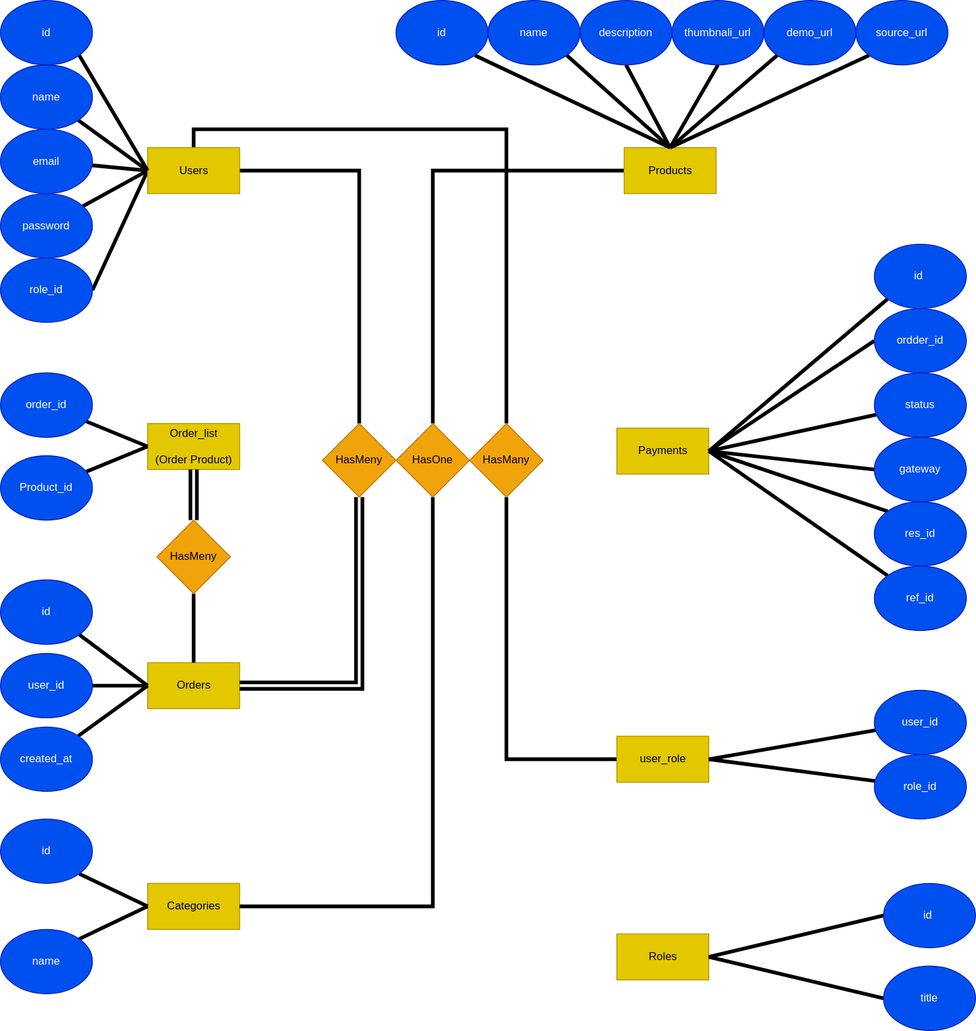
Before: database.drawio.svg, a diagram exported from draw.io (FzSalehi/laravel_shop). Source tidied: cells renumbered, new cells last; positions are measured from the earlier drawing's top-left corner, leaving out a move shared by most shapes.
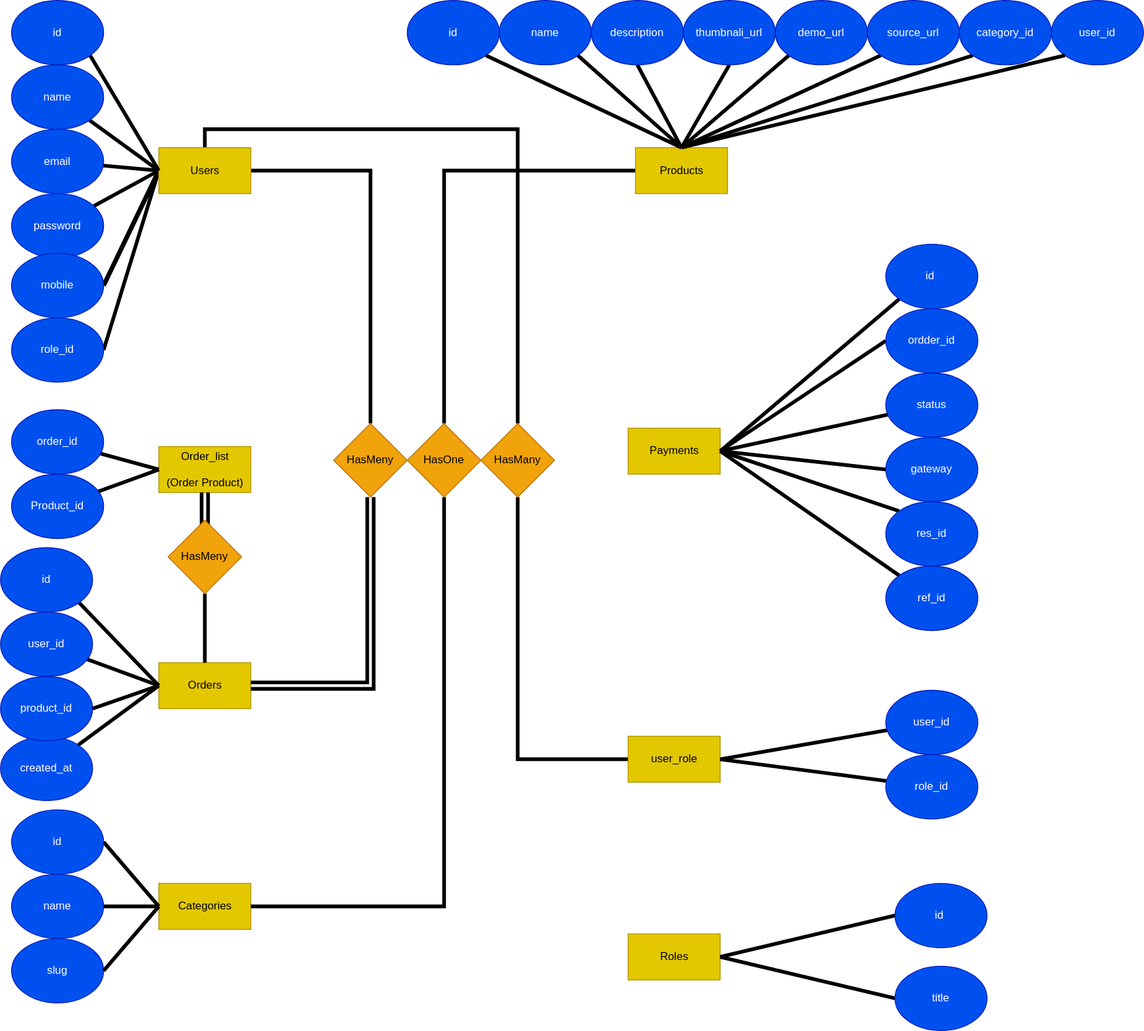
Later version of the same file.

Commit message:
updated table structure

The edit, as a diff of the source:
```diff
@@ -24,13 +24,13 @@
       <mxGeometry x="160" y="960" width="100" height="50" as="geometry" />
     </mxCell>
     <mxCell id="8" value="Order_list&lt;br&gt;&lt;br&gt;(Order Product)" style="html=1;dashed=0;whitespace=wrap;fillColor=#e3c800;strokeColor=#B09500;fontColor=#000000;" parent="1" vertex="1">
-      <mxGeometry x="160" y="460" width="100" height="50" as="geometry" />
+      <mxGeometry x="160" y="485" width="100" height="50" as="geometry" />
     </mxCell>
     <mxCell id="9" style="rounded=0;jettySize=auto;html=1;exitX=1;exitY=0.5;exitDx=0;exitDy=0;strokeWidth=4;startArrow=none;startFill=0;entryX=0;entryY=0.5;entryDx=0;entryDy=0;endArrow=none;endFill=0;" parent="1" edge="1" source="10" target="20">
       <mxGeometry relative="1" as="geometry" />
     </mxCell>
     <mxCell id="10" value="role_id" style="ellipse;whiteSpace=wrap;html=1;fillColor=#0050ef;strokeColor=#001DBC;fontColor=#ffffff;" parent="1" vertex="1">
-      <mxGeometry y="280" width="100" height="70" as="geometry" />
+      <mxGeometry y="345" width="100" height="70" as="geometry" />
     </mxCell>
     <mxCell id="11" style="rounded=0;jettySize=auto;html=1;entryX=0;entryY=0.5;entryDx=0;entryDy=0;strokeWidth=4;startArrow=none;startFill=0;endArrow=none;endFill=0;" parent="1" edge="1" source="12" target="20">
       <mxGeometry relative="1" as="geometry" />
@@ -59,6 +59,9 @@
     <mxCell id="19" style="edgeStyle=orthogonalEdgeStyle;rounded=0;jettySize=auto;html=1;startArrow=none;startFill=0;endArrow=none;endFill=0;strokeWidth=4;exitX=0.5;exitY=0;exitDx=0;exitDy=0;entryX=0.5;entryY=0;entryDx=0;entryDy=0;" parent="1" edge="1" source="20" target="74">
       <mxGeometry relative="1" as="geometry" />
     </mxCell>
+    <mxCell id="79" style="rounded=0;jettySize=auto;html=1;exitX=0;exitY=0.5;exitDx=0;exitDy=0;entryX=1;entryY=0.5;entryDx=0;entryDy=0;endArrow=none;endFill=0;strokeWidth=5;" parent="1" edge="1" source="20" target="82">
+      <mxGeometry relative="1" as="geometry" />
+    </mxCell>
     <mxCell id="20" value="Users" style="html=1;dashed=0;whitespace=wrap;fillColor=#e3c800;strokeColor=#B09500;fontColor=#000000;" parent="1" vertex="1">
       <mxGeometry x="160" y="160" width="100" height="50" as="geometry" />
     </mxCell>
@@ -66,43 +69,43 @@
       <mxGeometry relative="1" as="geometry" />
     </mxCell>
     <mxCell id="22" value="order_id" style="ellipse;whiteSpace=wrap;html=1;fillColor=#0050ef;strokeColor=#001DBC;fontColor=#ffffff;" parent="1" vertex="1">
-      <mxGeometry y="405" width="100" height="70" as="geometry" />
+      <mxGeometry y="445" width="100" height="70" as="geometry" />
     </mxCell>
     <mxCell id="23" style="edgeStyle=none;rounded=0;jettySize=auto;html=1;entryX=0;entryY=0.5;entryDx=0;entryDy=0;startArrow=none;startFill=0;endArrow=none;endFill=0;strokeWidth=4;" parent="1" edge="1" source="24" target="8">
       <mxGeometry relative="1" as="geometry" />
     </mxCell>
     <mxCell id="24" value="Product_id" style="ellipse;whiteSpace=wrap;html=1;fillColor=#0050ef;strokeColor=#001DBC;fontColor=#ffffff;" parent="1" vertex="1">
-      <mxGeometry y="495" width="100" height="70" as="geometry" />
+      <mxGeometry y="515" width="100" height="70" as="geometry" />
     </mxCell>
     <mxCell id="25" style="edgeStyle=none;rounded=0;jettySize=auto;html=1;exitX=1;exitY=1;exitDx=0;exitDy=0;entryX=0;entryY=0.5;entryDx=0;entryDy=0;startArrow=none;startFill=0;endArrow=none;endFill=0;strokeWidth=4;" parent="1" edge="1" source="26" target="5">
       <mxGeometry relative="1" as="geometry" />
     </mxCell>
     <mxCell id="26" value="id" style="ellipse;whiteSpace=wrap;html=1;fillColor=#0050ef;strokeColor=#001DBC;fontColor=#ffffff;" parent="1" vertex="1">
-      <mxGeometry y="630" width="100" height="70" as="geometry" />
+      <mxGeometry x="-12" y="595" width="100" height="70" as="geometry" />
     </mxCell>
     <mxCell id="27" style="edgeStyle=none;rounded=0;jettySize=auto;html=1;entryX=0;entryY=0.5;entryDx=0;entryDy=0;startArrow=none;startFill=0;endArrow=none;endFill=0;strokeWidth=4;" parent="1" edge="1" source="28" target="5">
       <mxGeometry relative="1" as="geometry" />
     </mxCell>
     <mxCell id="28" value="user_id" style="ellipse;whiteSpace=wrap;html=1;fillColor=#0050ef;strokeColor=#001DBC;fontColor=#ffffff;" parent="1" vertex="1">
-      <mxGeometry y="710" width="100" height="70" as="geometry" />
+      <mxGeometry x="-12" y="665" width="100" height="70" as="geometry" />
     </mxCell>
     <mxCell id="29" style="edgeStyle=none;rounded=0;jettySize=auto;html=1;entryX=0;entryY=0.5;entryDx=0;entryDy=0;startArrow=none;startFill=0;endArrow=none;endFill=0;strokeWidth=4;" parent="1" edge="1" source="30" target="5">
       <mxGeometry relative="1" as="geometry" />
     </mxCell>
     <mxCell id="30" value="created_at" style="ellipse;whiteSpace=wrap;html=1;fillColor=#0050ef;strokeColor=#001DBC;fontColor=#ffffff;" parent="1" vertex="1">
-      <mxGeometry y="790" width="100" height="70" as="geometry" />
+      <mxGeometry x="-12" y="800" width="100" height="70" as="geometry" />
     </mxCell>
-    <mxCell id="31" style="edgeStyle=none;rounded=0;jettySize=auto;html=1;exitX=1;exitY=1;exitDx=0;exitDy=0;entryX=0;entryY=0.5;entryDx=0;entryDy=0;startArrow=none;startFill=0;endArrow=none;endFill=0;strokeWidth=4;" parent="1" edge="1" source="32" target="7">
+    <mxCell id="31" style="edgeStyle=none;rounded=0;jettySize=auto;html=1;exitX=1;exitY=0.5;exitDx=0;exitDy=0;entryX=0;entryY=0.5;entryDx=0;entryDy=0;startArrow=none;startFill=0;endArrow=none;endFill=0;strokeWidth=4;" parent="1" edge="1" source="32" target="7">
       <mxGeometry relative="1" as="geometry" />
     </mxCell>
     <mxCell id="32" value="id" style="ellipse;whiteSpace=wrap;html=1;fillColor=#0050ef;strokeColor=#001DBC;fontColor=#ffffff;" parent="1" vertex="1">
-      <mxGeometry y="890" width="100" height="70" as="geometry" />
+      <mxGeometry y="880" width="100" height="70" as="geometry" />
     </mxCell>
-    <mxCell id="33" style="edgeStyle=none;rounded=0;jettySize=auto;html=1;exitX=1;exitY=0;exitDx=0;exitDy=0;entryX=0;entryY=0.5;entryDx=0;entryDy=0;startArrow=none;startFill=0;endArrow=none;endFill=0;strokeWidth=4;" parent="1" edge="1" source="34" target="7">
+    <mxCell id="33" style="edgeStyle=none;rounded=0;jettySize=auto;html=1;exitX=1;exitY=0.5;exitDx=0;exitDy=0;entryX=0;entryY=0.5;entryDx=0;entryDy=0;startArrow=none;startFill=0;endArrow=none;endFill=0;strokeWidth=4;" parent="1" edge="1" source="34" target="7">
       <mxGeometry relative="1" as="geometry" />
     </mxCell>
     <mxCell id="34" value="name" style="ellipse;whiteSpace=wrap;html=1;fillColor=#0050ef;strokeColor=#001DBC;fontColor=#ffffff;" parent="1" vertex="1">
-      <mxGeometry y="1010" width="100" height="70" as="geometry" />
+      <mxGeometry y="950" width="100" height="70" as="geometry" />
     </mxCell>
     <mxCell id="35" style="edgeStyle=none;rounded=0;jettySize=auto;html=1;exitX=1;exitY=1;exitDx=0;exitDy=0;entryX=0.5;entryY=0;entryDx=0;entryDy=0;startArrow=none;startFill=0;endArrow=none;endFill=0;strokeWidth=4;" parent="1" edge="1" source="36" target="3">
       <mxGeometry relative="1" as="geometry" />
@@ -197,8 +200,10 @@
     <mxCell id="65" style="edgeStyle=orthogonalEdgeStyle;rounded=0;jettySize=auto;html=1;exitX=0.5;exitY=1;exitDx=0;exitDy=0;entryX=0.5;entryY=0;entryDx=0;entryDy=0;startArrow=none;startFill=0;endArrow=none;endFill=0;strokeWidth=4;" parent="1" edge="1" source="67" target="5">
       <mxGeometry relative="1" as="geometry" />
     </mxCell>
-    <mxCell id="66" style="edgeStyle=orthogonalEdgeStyle;shape=link;rounded=0;jettySize=auto;html=1;exitX=0.5;exitY=0;exitDx=0;exitDy=0;startArrow=none;startFill=0;endArrow=none;endFill=0;strokeWidth=4;" parent="1" edge="1" source="67" target="8">
-      <mxGeometry relative="1" as="geometry" />
+    <mxCell id="66" style="edgeStyle=orthogonalEdgeStyle;shape=link;rounded=0;jettySize=auto;html=1;exitX=0.5;exitY=0;exitDx=0;exitDy=0;startArrow=none;startFill=0;endArrow=none;endFill=0;strokeWidth=4;" parent="1" edge="1" target="8">
+      <mxGeometry relative="1" as="geometry">
+        <mxPoint x="210" y="590" as="sourcePoint" />
+      </mxGeometry>
     </mxCell>
     <mxCell id="67" value="HasMeny" style="rhombus;whiteSpace=wrap;html=1;fillColor=#f0a30a;strokeColor=#BD7000;fontColor=#000000;" parent="1" vertex="1">
       <mxGeometry x="170" y="565" width="80" height="80" as="geometry" />
@@ -240,5 +245,32 @@
     <mxCell id="78" value="id" style="ellipse;whiteSpace=wrap;html=1;fillColor=#0050ef;strokeColor=#001DBC;fontColor=#ffffff;" parent="1" vertex="1">
       <mxGeometry width="100" height="70" as="geometry" />
     </mxCell>
+    <mxCell id="80" style="rounded=0;jettySize=auto;html=1;exitX=0;exitY=1;exitDx=0;exitDy=0;entryX=0.5;entryY=0;entryDx=0;entryDy=0;strokeWidth=4;endArrow=none;endFill=0;" parent="1" edge="1" source="81" target="3">
+      <mxGeometry relative="1" as="geometry" />
+    </mxCell>
+    <mxCell id="81" value="category_id" style="ellipse;whiteSpace=wrap;html=1;fillColor=#0050ef;strokeColor=#001DBC;fontColor=#ffffff;" parent="1" vertex="1">
+      <mxGeometry x="1030" width="100" height="70" as="geometry" />
+    </mxCell>
+    <mxCell id="82" value="mobile" style="ellipse;whiteSpace=wrap;html=1;fillColor=#0050ef;strokeColor=#001DBC;fontColor=#ffffff;" parent="1" vertex="1">
+      <mxGeometry y="275" width="100" height="70" as="geometry" />
+    </mxCell>
+    <mxCell id="83" value="slug" style="ellipse;whiteSpace=wrap;html=1;fillColor=#0050ef;strokeColor=#001DBC;fontColor=#ffffff;" parent="1" vertex="1">
+      <mxGeometry y="1020" width="100" height="70" as="geometry" />
+    </mxCell>
+    <mxCell id="84" style="edgeStyle=none;rounded=0;jettySize=auto;html=1;exitX=1;exitY=0.5;exitDx=0;exitDy=0;entryX=0;entryY=0.5;entryDx=0;entryDy=0;startArrow=none;startFill=0;endArrow=none;endFill=0;strokeWidth=4;" parent="1" edge="1" source="83" target="7">
+      <mxGeometry relative="1" as="geometry" />
+    </mxCell>
+    <mxCell id="85" value="user_id" style="ellipse;whiteSpace=wrap;html=1;fillColor=#0050ef;strokeColor=#001DBC;fontColor=#ffffff;" parent="1" vertex="1">
+      <mxGeometry x="1130" width="100" height="70" as="geometry" />
+    </mxCell>
+    <mxCell id="86" style="rounded=0;jettySize=auto;html=1;exitX=0;exitY=1;exitDx=0;exitDy=0;entryX=0.5;entryY=0;entryDx=0;entryDy=0;strokeWidth=4;endArrow=none;endFill=0;" parent="1" edge="1" source="85" target="3">
+      <mxGeometry relative="1" as="geometry" />
+    </mxCell>
+    <mxCell id="87" value="product_id" style="ellipse;whiteSpace=wrap;html=1;fillColor=#0050ef;strokeColor=#001DBC;fontColor=#ffffff;" parent="1" vertex="1">
+      <mxGeometry x="-12" y="735" width="100" height="70" as="geometry" />
+    </mxCell>
+    <mxCell id="88" style="edgeStyle=none;rounded=0;jettySize=auto;html=1;entryX=0;entryY=0.5;entryDx=0;entryDy=0;startArrow=none;startFill=0;endArrow=none;endFill=0;strokeWidth=4;exitX=1;exitY=0.5;exitDx=0;exitDy=0;" parent="1" edge="1" source="87" target="5">
+      <mxGeometry relative="1" as="geometry" />
+    </mxCell>
   </root>
 </mxGraphModel>
```
